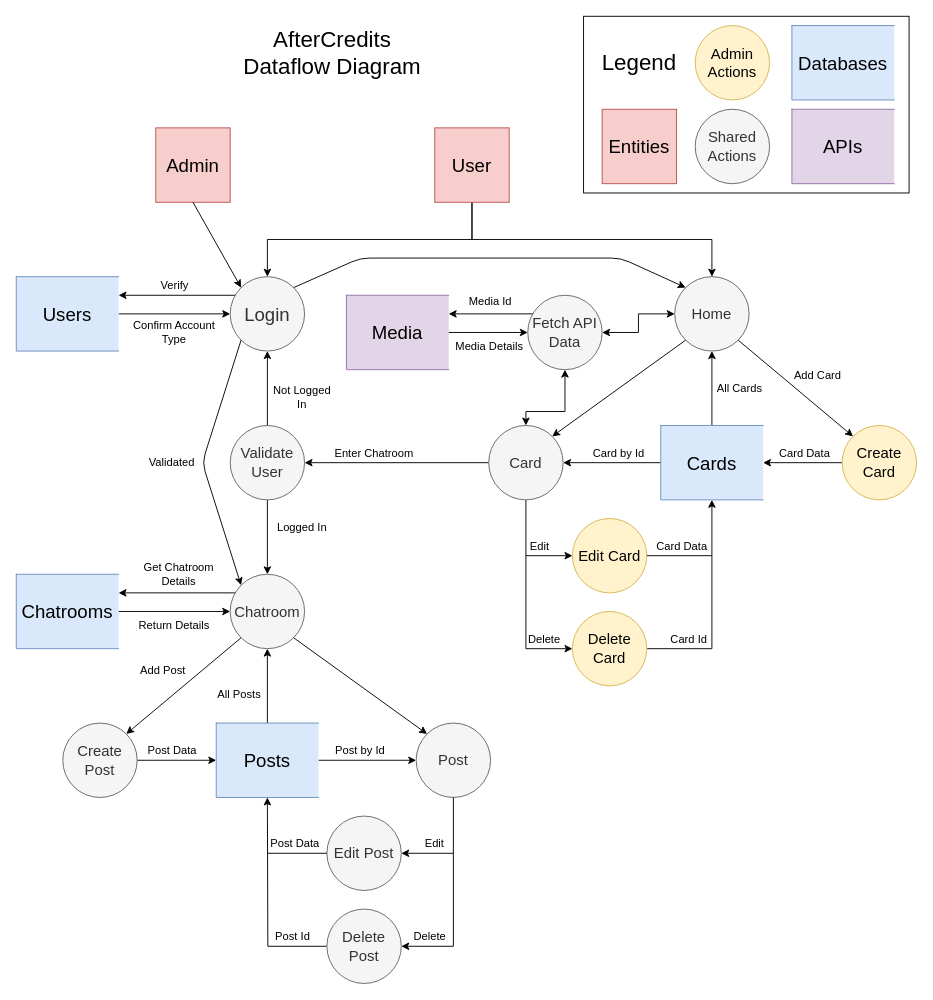
Earlier version of the draw.io diagram docs/DataflowDiagramT3A2-A.drawio (Ellezique/Full-Stack-App-PART-A). Source tidied: cells renumbered, new cells numbered last; positions are measured from the earlier drawing's top-left corner, leaving out a move shared by most shapes. Both pictures are drawn from the tidied source at 93%, with x=0, y=0 at pixel (16, 16).
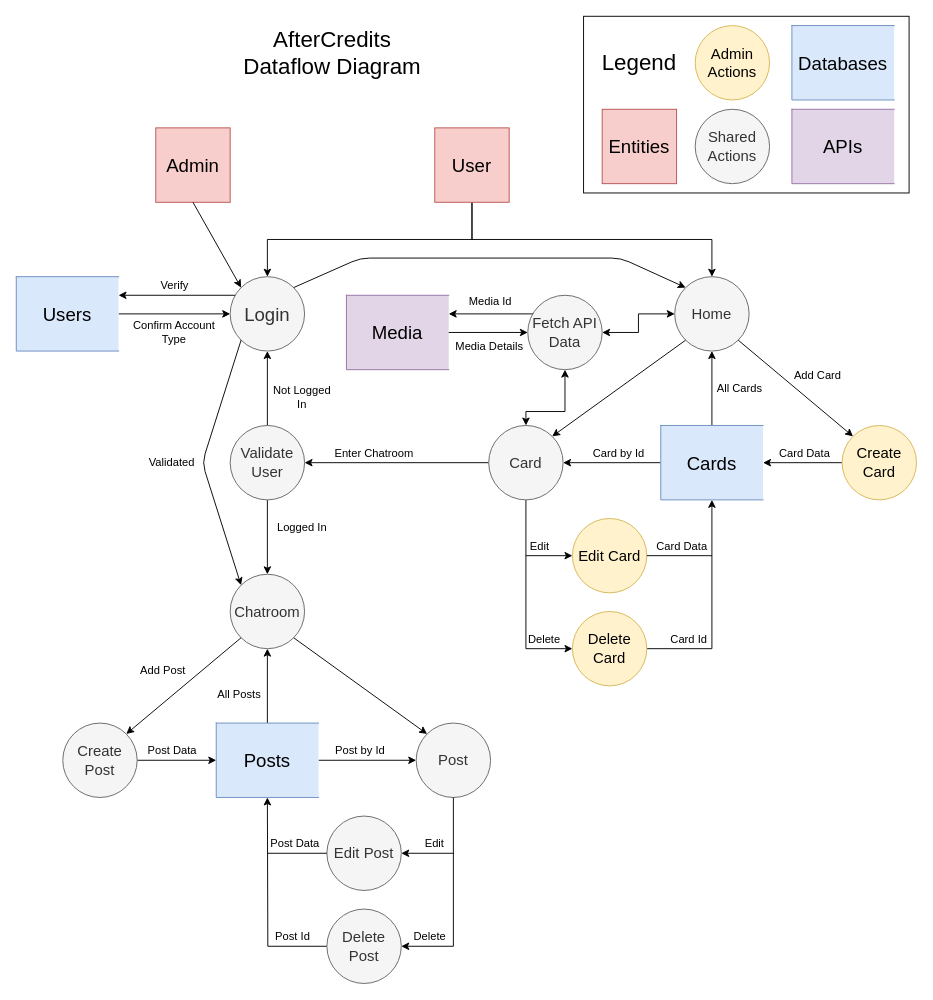
The same page after the edit.

Commit message (it also covers changes not shown here):
Adjusted dataflow by removing old chatroom database which was unnecessary, final version of App architecture diagram included

Unchanged cells that the change refers to:
```xml
<mxCell id="12" value="&lt;font style=&quot;font-size: 16px&quot;&gt;Chatroom&lt;/font&gt;" style="ellipse;whiteSpace=wrap;html=1;fillColor=#f5f5f5;strokeColor=#666666;fontColor=#333333;" parent="1" vertex="1">
  <mxGeometry x="230" y="600" width="80" height="80" as="geometry" />
</mxCell>
```

Change to the diagram source:
```diff
@@
-    <mxCell id="11" style="edgeStyle=orthogonalEdgeStyle;rounded=0;jettySize=auto;html=1;startArrow=none;startFill=0;endArrow=classic;endFill=1;entryX=1;entryY=0.25;entryDx=0;entryDy=0;exitX=0;exitY=0;exitDx=0;exitDy=0;" parent="1" edge="1" source="12" target="23">
-      <mxGeometry relative="1" as="geometry">
-        <Array as="points">
-          <mxPoint x="242" y="620" />
-        </Array>
-      </mxGeometry>
-    </mxCell>
@@
-    <mxCell id="22" style="edgeStyle=orthogonalEdgeStyle;rounded=0;jettySize=auto;html=1;startArrow=none;startFill=0;endArrow=classic;endFill=1;entryX=0;entryY=0.5;entryDx=0;entryDy=0;" parent="1" edge="1" source="23" target="12">
-      <mxGeometry relative="1" as="geometry" />
-    </mxCell>
-    <mxCell id="23" value="&lt;font style=&quot;font-size: 20px&quot;&gt;Chatrooms&lt;br&gt;&lt;/font&gt;" style="shape=partialRectangle;whiteSpace=wrap;html=1;bottom=1;right=0;left=1;top=1;fillColor=#dae8fc;perimeterSpacing=0;strokeColor=#6c8ebf;" parent="1" vertex="1">
-      <mxGeometry y="600" width="110" height="80" as="geometry" />
-    </mxCell>
@@
-    <mxCell id="75" value="Get Chatroom Details" style="text;html=1;strokeColor=none;fillColor=none;align=center;verticalAlign=middle;whiteSpace=wrap;rounded=0;" parent="1" vertex="1">
-      <mxGeometry x="130" y="590" width="90" height="20" as="geometry" />
-    </mxCell>
-    <mxCell id="76" value="Return Details" style="text;html=1;strokeColor=none;fillColor=none;align=center;verticalAlign=middle;whiteSpace=wrap;rounded=0;" parent="1" vertex="1">
-      <mxGeometry x="125" y="645" width="90" height="20" as="geometry" />
-    </mxCell>
```
